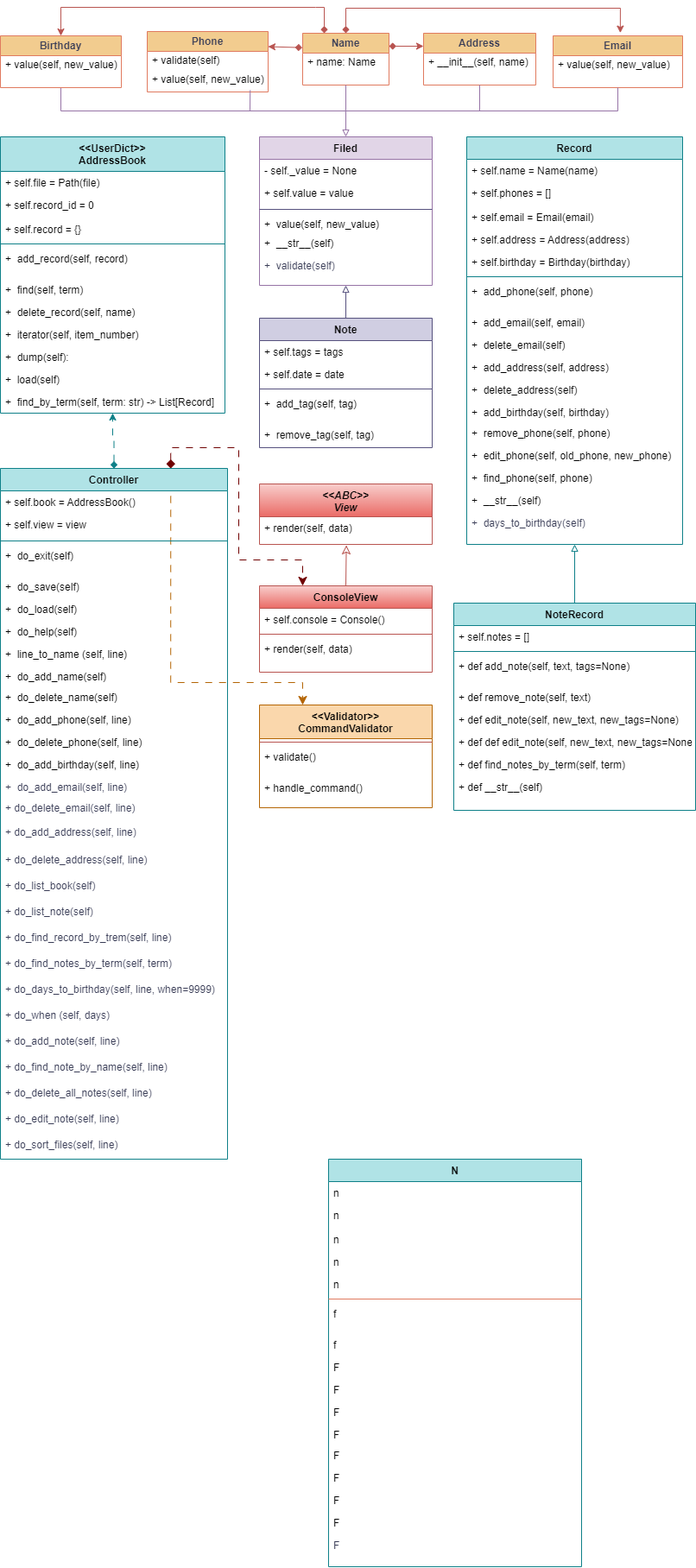
Before: UML.png, a diagram exported from draw.io (Grigory-Yunusov/Home-Work-Python_WEB). Source tidied: cells renumbered, new cells last; positions are measured from the earlier drawing's top-left corner, leaving out a move shared by most shapes.
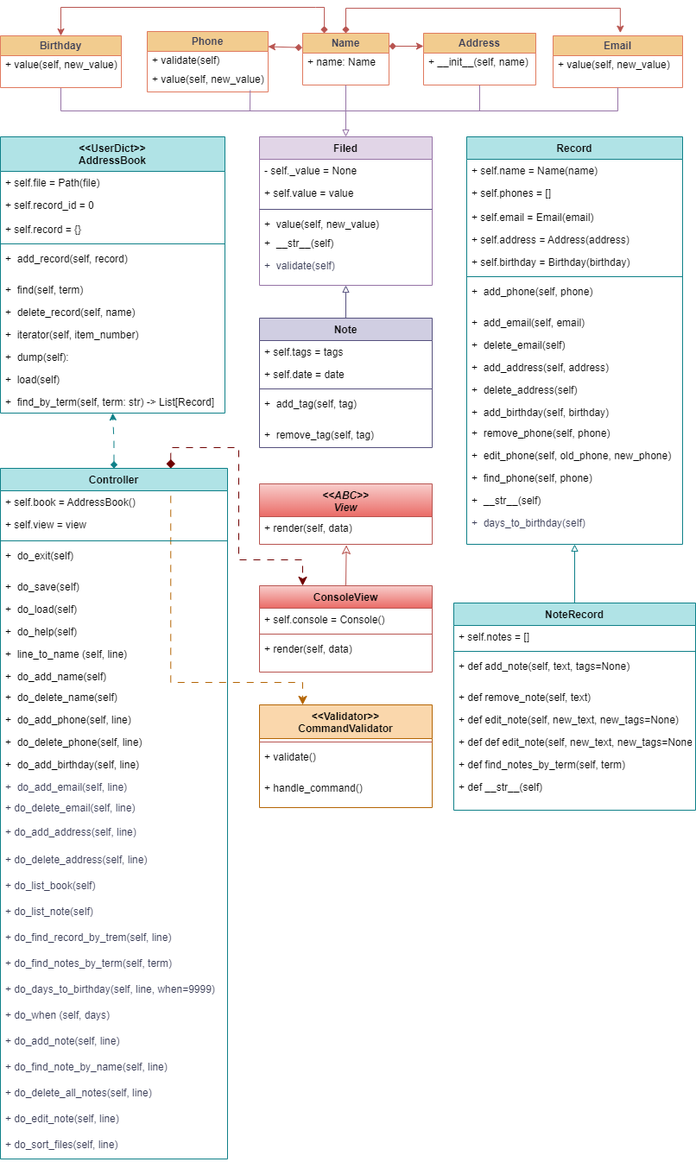
After the commit.

What changed in the source:
```diff
@@ -210,60 +210,6 @@
     <mxCell id="59" value="+  find_by_term(self, term: str) -&gt; List[Record]" style="text;align=left;verticalAlign=top;spacingLeft=4;spacingRight=4;overflow=hidden;labelBackgroundColor=none;fontColor=#000000;" parent="48" vertex="1">
       <mxGeometry y="294" width="260" height="26" as="geometry" />
     </mxCell>
-    <mxCell id="60" value="N" style="swimlane;fontStyle=1;align=center;verticalAlign=top;horizontal=1;startSize=26;rounded=0;shadow=0;strokeWidth=1;labelBackgroundColor=none;fillColor=#b0e3e6;strokeColor=#0e8088;" parent="1" vertex="1">
-      <mxGeometry x="400" y="1334" width="293" height="472" as="geometry" />
-    </mxCell>
-    <mxCell id="61" value="n" style="text;align=left;verticalAlign=top;spacingLeft=4;spacingRight=4;overflow=hidden;labelBackgroundColor=none;fontColor=#000000;fontStyle=0;" parent="60" vertex="1">
-      <mxGeometry y="26" width="293" height="26" as="geometry" />
-    </mxCell>
-    <mxCell id="62" value="n" style="text;align=left;verticalAlign=top;spacingLeft=4;spacingRight=4;overflow=hidden;rounded=0;shadow=0;html=0;labelBackgroundColor=none;fontColor=#000000;" parent="60" vertex="1">
-      <mxGeometry y="52" width="293" height="28" as="geometry" />
-    </mxCell>
-    <mxCell id="63" value="n" style="text;align=left;verticalAlign=top;spacingLeft=4;spacingRight=4;overflow=hidden;labelBackgroundColor=none;fontColor=#000000;fontStyle=0;" parent="60" vertex="1">
-      <mxGeometry y="80" width="293" height="26" as="geometry" />
-    </mxCell>
-    <mxCell id="64" value="n" style="text;align=left;verticalAlign=top;spacingLeft=4;spacingRight=4;overflow=hidden;labelBackgroundColor=none;fontColor=#000000;fontStyle=0;" parent="60" vertex="1">
-      <mxGeometry y="106" width="293" height="26" as="geometry" />
-    </mxCell>
-    <mxCell id="65" value="n" style="text;align=left;verticalAlign=top;spacingLeft=4;spacingRight=4;overflow=hidden;labelBackgroundColor=none;fontColor=#000000;fontStyle=0;" parent="60" vertex="1">
-      <mxGeometry y="132" width="293" height="26" as="geometry" />
-    </mxCell>
-    <mxCell id="66" style="line;html=1;strokeWidth=1;align=left;verticalAlign=middle;spacingTop=-1;spacingLeft=3;spacingRight=3;labelPosition=right;labelBackgroundColor=none;fillColor=#F2CC8F;strokeColor=#E07A5F;fontColor=#393C56;" parent="60" vertex="1">
-      <mxGeometry y="158" width="293" height="8" as="geometry" />
-    </mxCell>
-    <mxCell id="67" value="f" style="text;align=left;verticalAlign=top;spacingLeft=4;spacingRight=4;overflow=hidden;rounded=0;shadow=0;html=0;labelBackgroundColor=none;fontColor=#000000;" parent="60" vertex="1">
-      <mxGeometry y="166" width="293" height="36" as="geometry" />
-    </mxCell>
-    <mxCell id="68" value="f" style="text;align=left;verticalAlign=top;spacingLeft=4;spacingRight=4;overflow=hidden;labelBackgroundColor=none;fontColor=#000000;" parent="60" vertex="1">
-      <mxGeometry y="202" width="293" height="26" as="geometry" />
-    </mxCell>
-    <mxCell id="69" value="F" style="text;align=left;verticalAlign=top;spacingLeft=4;spacingRight=4;overflow=hidden;labelBackgroundColor=none;fontColor=#000000;" parent="60" vertex="1">
-      <mxGeometry y="228" width="293" height="26" as="geometry" />
-    </mxCell>
-    <mxCell id="70" value="F" style="text;align=left;verticalAlign=top;spacingLeft=4;spacingRight=4;overflow=hidden;labelBackgroundColor=none;fontColor=#000000;" parent="60" vertex="1">
-      <mxGeometry y="254" width="293" height="26" as="geometry" />
-    </mxCell>
-    <mxCell id="71" value="F" style="text;align=left;verticalAlign=top;spacingLeft=4;spacingRight=4;overflow=hidden;labelBackgroundColor=none;fontColor=#000000;" parent="60" vertex="1">
-      <mxGeometry y="280" width="293" height="26" as="geometry" />
-    </mxCell>
-    <mxCell id="72" value="F" style="text;align=left;verticalAlign=top;spacingLeft=4;spacingRight=4;overflow=hidden;labelBackgroundColor=none;fontColor=#000000;" parent="60" vertex="1">
-      <mxGeometry y="306" width="293" height="24" as="geometry" />
-    </mxCell>
-    <mxCell id="73" value="F" style="text;align=left;verticalAlign=top;spacingLeft=4;spacingRight=4;overflow=hidden;labelBackgroundColor=none;fontColor=#000000;" parent="60" vertex="1">
-      <mxGeometry y="330" width="293" height="26" as="geometry" />
-    </mxCell>
-    <mxCell id="74" value="F" style="text;align=left;verticalAlign=top;spacingLeft=4;spacingRight=4;overflow=hidden;labelBackgroundColor=none;fontColor=#000000;" parent="60" vertex="1">
-      <mxGeometry y="356" width="293" height="26" as="geometry" />
-    </mxCell>
-    <mxCell id="75" value="F" style="text;align=left;verticalAlign=top;spacingLeft=4;spacingRight=4;overflow=hidden;labelBackgroundColor=none;fontColor=#000000;fontStyle=0;" parent="60" vertex="1">
-      <mxGeometry y="382" width="293" height="26" as="geometry" />
-    </mxCell>
-    <mxCell id="76" value="F" style="text;align=left;verticalAlign=top;spacingLeft=4;spacingRight=4;overflow=hidden;labelBackgroundColor=none;fontColor=#000000;" parent="60" vertex="1">
-      <mxGeometry y="408" width="293" height="26" as="geometry" />
-    </mxCell>
-    <mxCell id="77" value="F" style="text;align=left;verticalAlign=top;spacingLeft=4;spacingRight=4;overflow=hidden;rounded=0;shadow=0;html=0;labelBackgroundColor=none;fontColor=#393C56;" parent="60" vertex="1">
-      <mxGeometry y="434" width="293" height="36" as="geometry" />
-    </mxCell>
     <mxCell id="78" value="Note" style="swimlane;fontStyle=1;align=center;verticalAlign=top;horizontal=1;startSize=26;rounded=0;shadow=0;strokeWidth=1;labelBackgroundColor=none;fillColor=#d0cee2;strokeColor=#56517e;" parent="1" vertex="1">
       <mxGeometry x="320" y="360" width="200" height="150" as="geometry" />
     </mxCell>
```
